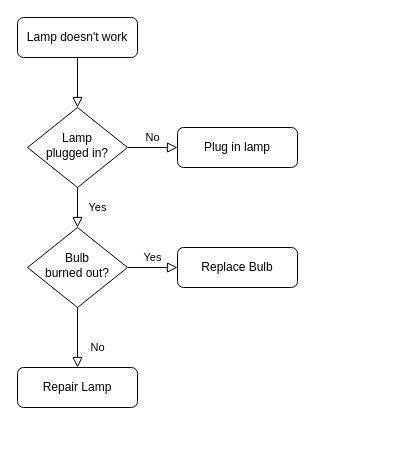
Before: Menghitung luas lingkaran 23241091.drawio in Xnowly/Algo_C_23241091, a draw.io diagram. Source tidied: cells renumbered, new cells numbered last; positions are measured from the earlier drawing's top-left corner, leaving out a move shared by most shapes. Both pictures are drawn from the tidied source at 100%, with x=0, y=0 at pixel (17, 17).
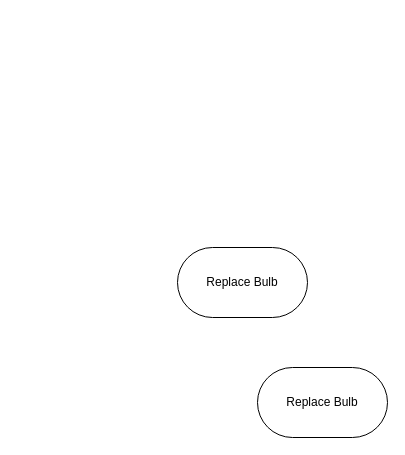
After the change.

Change to the diagram source:
```diff
@@
 <mxGraphModel>
   <root>
     <mxCell id="0" />
     <mxCell id="1" parent="0" />
-    <mxCell id="2" style="rounded=0;html=1;jettySize=auto;fontSize=11;endArrow=block;endFill=0;endSize=8;strokeWidth=1;shadow=0;labelBackgroundColor=none;edgeStyle=orthogonalEdgeStyle;" parent="1" edge="1" source="3" target="6">
-      <mxGeometry relative="1" as="geometry" />
-    </mxCell>
-    <mxCell id="3" value="Lamp doesn't work" style="rounded=1;whiteSpace=wrap;html=1;fontSize=12;glass=0;strokeWidth=1;shadow=0;" parent="1" vertex="1">
-      <mxGeometry width="120" height="40" as="geometry" />
-    </mxCell>
-    <mxCell id="4" value="Yes" style="rounded=0;html=1;jettySize=auto;fontSize=11;endArrow=block;endFill=0;endSize=8;strokeWidth=1;shadow=0;labelBackgroundColor=none;edgeStyle=orthogonalEdgeStyle;" parent="1" edge="1" source="6" target="10">
-      <mxGeometry y="20" relative="1" as="geometry" />
-    </mxCell>
-    <mxCell id="5" value="No" style="edgeStyle=orthogonalEdgeStyle;rounded=0;html=1;jettySize=auto;fontSize=11;endArrow=block;endFill=0;endSize=8;strokeWidth=1;shadow=0;labelBackgroundColor=none;" parent="1" edge="1" source="6" target="7">
-      <mxGeometry y="10" relative="1" as="geometry" />
-    </mxCell>
-    <mxCell id="6" value="Lamp&lt;br&gt;plugged in?" style="rhombus;whiteSpace=wrap;html=1;shadow=0;fontFamily=Helvetica;fontSize=12;align=center;strokeWidth=1;spacing=6;spacingTop=-4;" parent="1" vertex="1">
-      <mxGeometry x="10" y="90" width="100" height="80" as="geometry" />
-    </mxCell>
-    <mxCell id="7" value="Plug in lamp" style="rounded=1;whiteSpace=wrap;html=1;fontSize=12;glass=0;strokeWidth=1;shadow=0;" parent="1" vertex="1">
-      <mxGeometry x="160" y="110" width="120" height="40" as="geometry" />
-    </mxCell>
-    <mxCell id="8" value="No" style="rounded=0;html=1;jettySize=auto;fontSize=11;endArrow=block;endFill=0;endSize=8;strokeWidth=1;shadow=0;labelBackgroundColor=none;edgeStyle=orthogonalEdgeStyle;" parent="1" edge="1" source="10" target="11">
-      <mxGeometry x="0.33" y="20" relative="1" as="geometry" />
-    </mxCell>
-    <mxCell id="9" value="Yes" style="edgeStyle=orthogonalEdgeStyle;rounded=0;html=1;jettySize=auto;fontSize=11;endArrow=block;endFill=0;endSize=8;strokeWidth=1;shadow=0;labelBackgroundColor=none;" parent="1" edge="1" source="10" target="12">
-      <mxGeometry y="10" relative="1" as="geometry" />
-    </mxCell>
-    <mxCell id="10" value="Bulb&lt;br&gt;burned out?" style="rhombus;whiteSpace=wrap;html=1;shadow=0;fontFamily=Helvetica;fontSize=12;align=center;strokeWidth=1;spacing=6;spacingTop=-4;" parent="1" vertex="1">
-      <mxGeometry x="10" y="210" width="100" height="80" as="geometry" />
-    </mxCell>
-    <mxCell id="11" value="Repair Lamp" style="rounded=1;whiteSpace=wrap;html=1;fontSize=12;glass=0;strokeWidth=1;shadow=0;" parent="1" vertex="1">
-      <mxGeometry y="350" width="120" height="40" as="geometry" />
-    </mxCell>
-    <mxCell id="12" value="Replace Bulb" style="rounded=1;whiteSpace=wrap;html=1;fontSize=12;glass=0;strokeWidth=1;shadow=0;" parent="1" vertex="1">
-      <mxGeometry x="160" y="230" width="120" height="40" as="geometry" />
+    <mxCell id="12" value="Replace Bulb" style="rounded=1;whiteSpace=wrap;html=1;fontSize=12;glass=0;strokeWidth=1;shadow=0;arcSize=50;" parent="1" vertex="1">
+      <mxGeometry x="160" y="230" width="130" height="70" as="geometry" />
     </mxCell>
+    <mxCell id="13" value="Replace Bulb" style="rounded=1;whiteSpace=wrap;html=1;fontSize=12;glass=0;strokeWidth=1;shadow=0;arcSize=50;" parent="1" vertex="1">
+      <mxGeometry x="240" y="350" width="130" height="70" as="geometry" />
+    </mxCell>
   </root>
 </mxGraphModel>
```
